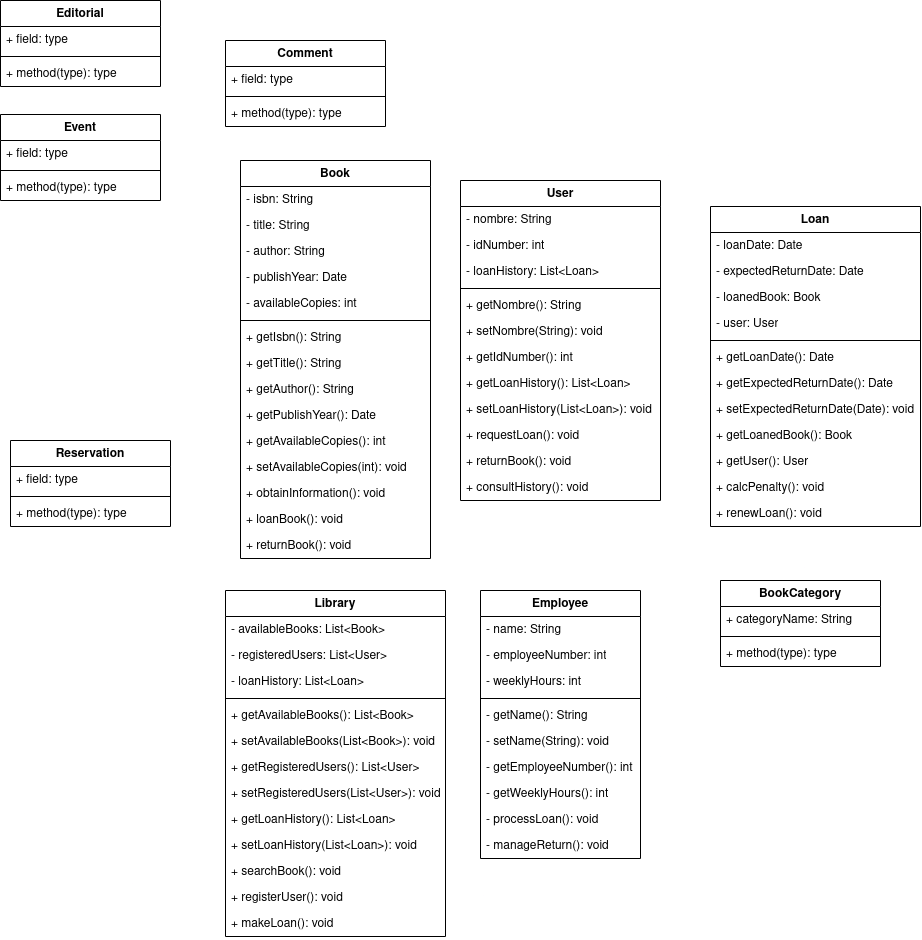
mackstm/ets keeps this draw.io diagram as proyecto/classdiagram/classdiagramlibrary.png. Above is the earlier version. Source tidied: cells renumbered, new cells last; positions are measured from the earlier drawing's top-left corner, leaving out a move shared by most shapes.
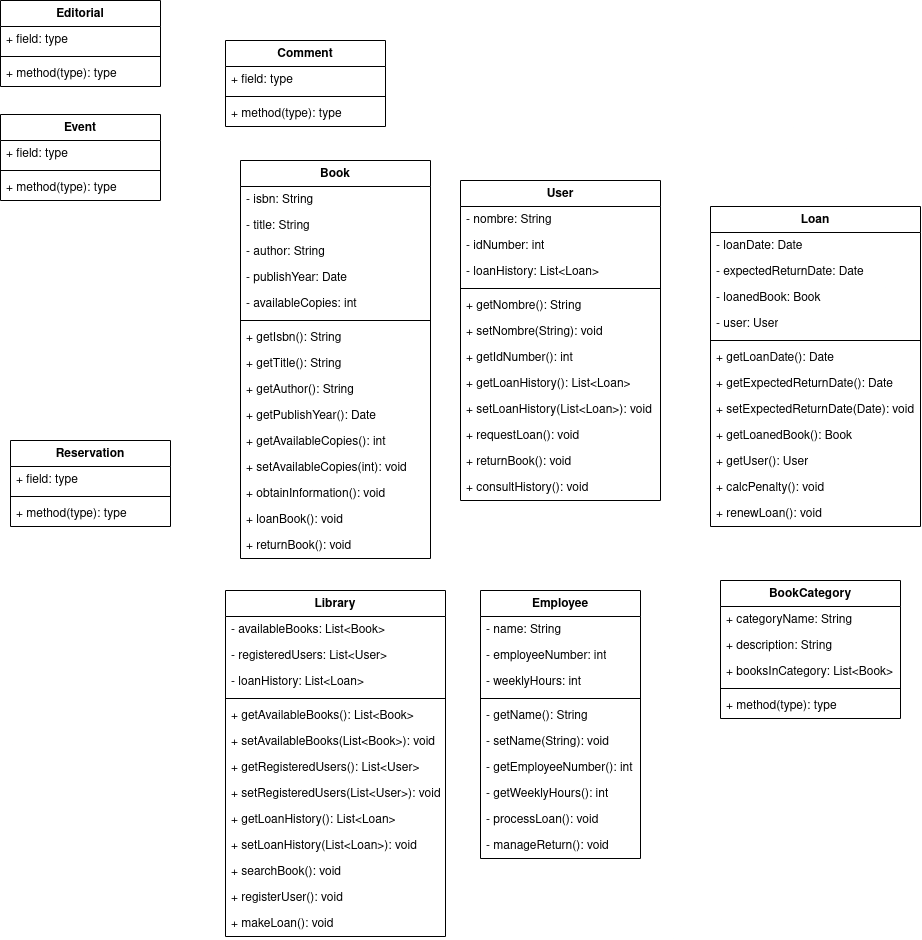
The same file after the commit.

What changed in the source:
```diff
@@ -189,16 +189,22 @@
       <mxGeometry y="242" width="160" height="26" as="geometry" />
     </mxCell>
     <mxCell id="64" value="BookCategory" style="swimlane;fontStyle=1;align=center;verticalAlign=top;horizontal=1;startSize=26;whiteSpace=wrap;html=1;" parent="1" vertex="1">
-      <mxGeometry x="720" y="580" width="160" height="86" as="geometry" />
+      <mxGeometry x="720" y="580" width="180" height="138" as="geometry" />
     </mxCell>
     <mxCell id="65" value="+ categoryName: String" style="text;strokeColor=none;fillColor=none;align=left;verticalAlign=top;spacingLeft=4;spacingRight=4;overflow=hidden;whiteSpace=wrap;html=1;" parent="64" vertex="1">
-      <mxGeometry y="26" width="160" height="26" as="geometry" />
+      <mxGeometry y="26" width="180" height="26" as="geometry" />
     </mxCell>
+    <mxCell id="89" value="+ description: String" style="text;strokeColor=none;fillColor=none;align=left;verticalAlign=top;spacingLeft=4;spacingRight=4;overflow=hidden;whiteSpace=wrap;html=1;" parent="64" vertex="1">
+      <mxGeometry y="52" width="180" height="26" as="geometry" />
+    </mxCell>
+    <mxCell id="90" value="+ booksInCategory: List&amp;lt;Book&amp;gt;" style="text;strokeColor=none;fillColor=none;align=left;verticalAlign=top;spacingLeft=4;spacingRight=4;overflow=hidden;whiteSpace=wrap;html=1;" parent="64" vertex="1">
+      <mxGeometry y="78" width="180" height="26" as="geometry" />
+    </mxCell>
     <mxCell id="66" style="line;strokeWidth=1;fillColor=none;align=left;verticalAlign=middle;spacingTop=-1;spacingLeft=3;spacingRight=3;labelPosition=right;strokeColor=inherit;" parent="64" vertex="1">
-      <mxGeometry y="52" width="160" height="8" as="geometry" />
+      <mxGeometry y="104" width="180" height="8" as="geometry" />
     </mxCell>
     <mxCell id="67" value="+ method(type): type" style="text;strokeColor=none;fillColor=none;align=left;verticalAlign=top;spacingLeft=4;spacingRight=4;overflow=hidden;whiteSpace=wrap;html=1;" parent="64" vertex="1">
-      <mxGeometry y="60" width="160" height="26" as="geometry" />
+      <mxGeometry y="112" width="180" height="26" as="geometry" />
     </mxCell>
     <mxCell id="68" value="Loan" style="swimlane;fontStyle=1;align=center;verticalAlign=top;horizontal=1;startSize=26;whiteSpace=wrap;html=1;" parent="1" vertex="1">
       <mxGeometry x="710" y="206" width="210" height="320" as="geometry" />
```
